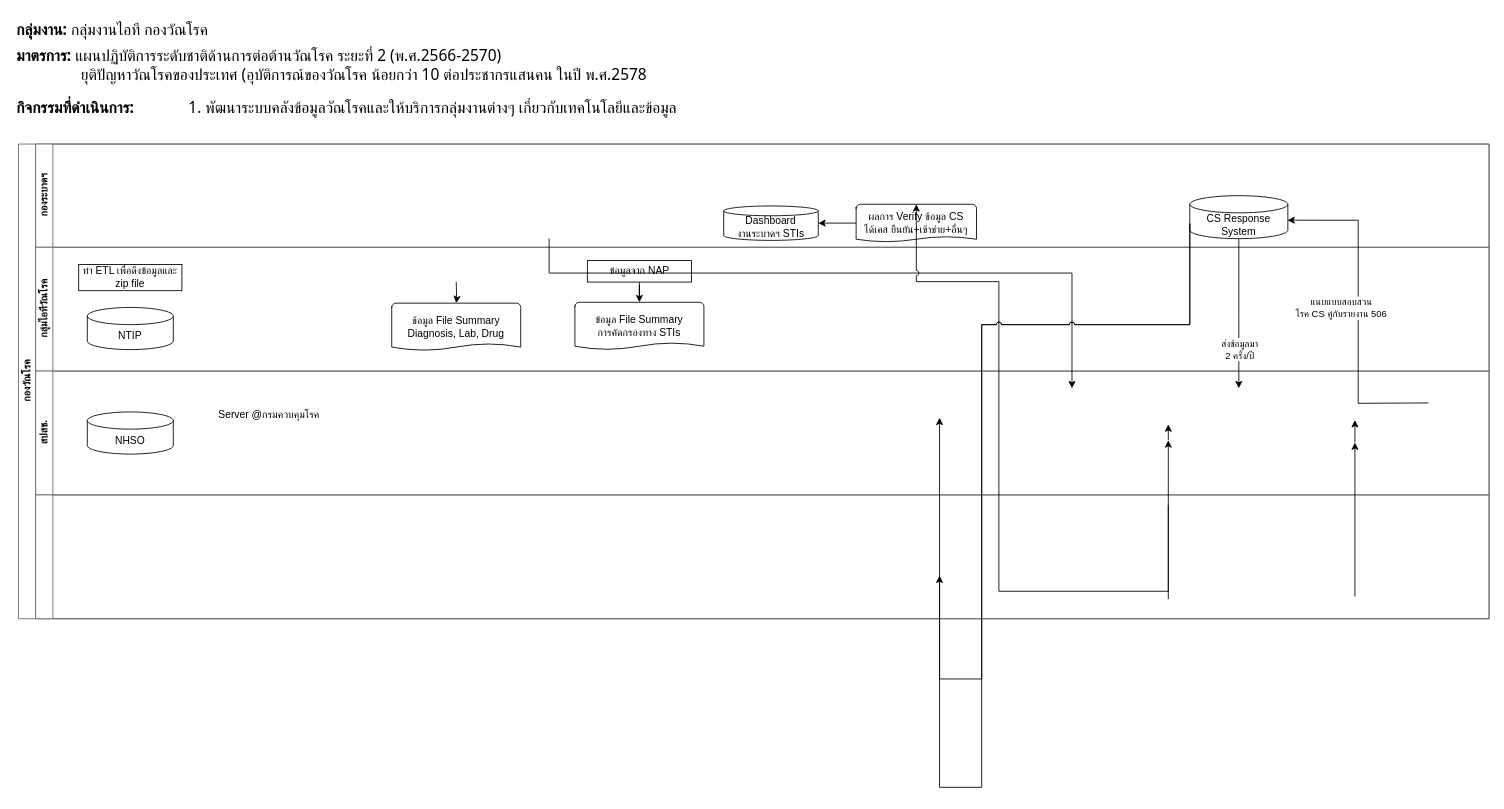
The draw.io diagram page "วัณโรค" (25 of 25) of HIVs Work-Data Diagram.drawio in anun311/regist, before the edit. Source tidied: cells renumbered, new cells numbered last; positions are measured from the earlier drawing's top-left corner, leaving out a move shared by most shapes. Both pictures are drawn from the tidied source at 86%, with x=0, y=0 at pixel (15, 15).
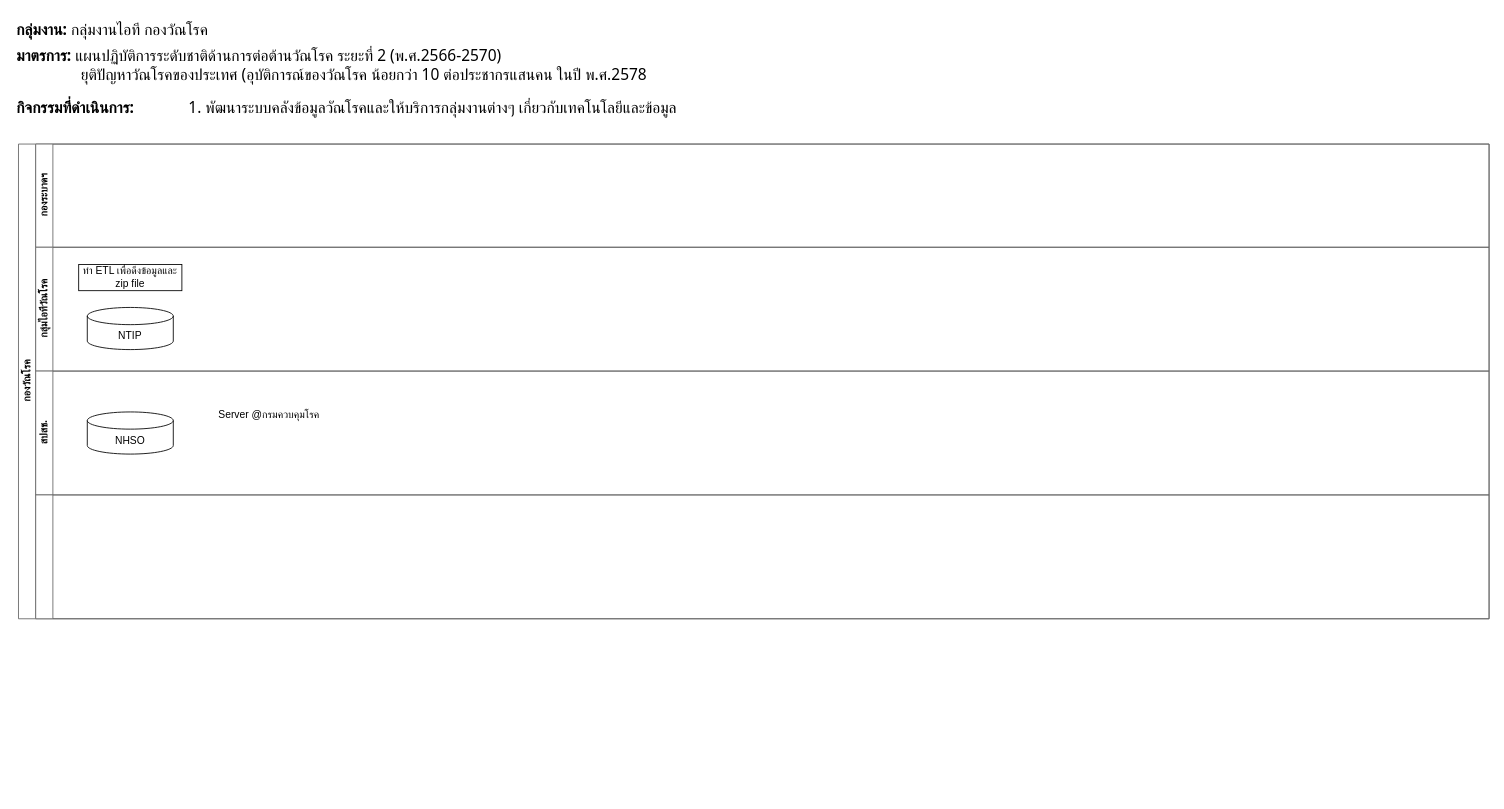
After the change.

The change refers to these unchanged cells:
```xml
<mxCell id="6" value="กองวัณโรค" style="swimlane;html=1;horizontal=0;startSize=20;fontFamily=Tahoma;strokeColor=#666666;" parent="1" vertex="1">
  <mxGeometry x="4" y="150" width="1710" height="552" as="geometry" />
</mxCell>
<mxCell id="7" value="กองระบาดฯ" style="swimlane;html=1;startSize=20;horizontal=0;fontFamily=Tahoma;strokeColor=#666666;" parent="6" vertex="1">
  <mxGeometry x="20" width="1690" height="120" as="geometry" />
</mxCell>
<mxCell id="12" value="กลุ่มไอทีวัณโรค" style="swimlane;html=1;startSize=20;horizontal=0;fontFamily=Tahoma;strokeColor=#666666;" parent="6" vertex="1">
  <mxGeometry x="20" y="120" width="1690" height="144" as="geometry" />
</mxCell>
```

Diff of the diagram source:
```diff
@@
-    <mxCell id="8" value="CS Response&lt;br&gt;System" style="shape=cylinder3;whiteSpace=wrap;html=1;boundedLbl=1;backgroundOutline=1;size=10;" parent="7" vertex="1">
-      <mxGeometry x="1342" y="60" width="114" height="50" as="geometry" />
-    </mxCell>
-    <mxCell id="9" value="Dashboard&lt;br&gt;งานระบาดฯ STIs" style="shape=cylinder3;whiteSpace=wrap;html=1;boundedLbl=1;backgroundOutline=1;size=5.695652173913061;" parent="7" vertex="1">
-      <mxGeometry x="800" y="72" width="110" height="40" as="geometry" />
-    </mxCell>
-    <mxCell id="10" value="ผลการ Verify ข้อมูล CS&lt;br style=&quot;border-color: var(--border-color);&quot;&gt;ได้เคส ยืนยัน+เข้าข่าย+อื่นๆ" style="strokeWidth=1;html=1;shape=mxgraph.flowchart.document2;whiteSpace=wrap;size=0.14285714285714285;" parent="7" vertex="1">
-      <mxGeometry x="954" y="70" width="140" height="43.8" as="geometry" />
-    </mxCell>
-    <mxCell id="11" style="edgeStyle=orthogonalEdgeStyle;rounded=0;jettySize=auto;html=1;exitX=0;exitY=0.5;exitDx=0;exitDy=0;exitPerimeter=0;entryX=1;entryY=0.5;entryDx=0;entryDy=0;entryPerimeter=0;jumpStyle=arc;" parent="7" edge="1" source="10" target="9">
-      <mxGeometry relative="1" as="geometry">
-        <Array as="points">
-          <mxPoint x="920" y="92" />
-          <mxPoint x="920" y="92" />
-        </Array>
-      </mxGeometry>
-    </mxCell>
@@
-    <mxCell id="13" value="ข้อมูล File Summary&lt;br&gt;Diagnosis, Lab, Drug" style="strokeWidth=1;html=1;shape=mxgraph.flowchart.document2;whiteSpace=wrap;size=0.14285714285714285;" parent="12" vertex="1">
-      <mxGeometry x="414" y="65" width="150" height="55" as="geometry" />
-    </mxCell>
-    <mxCell id="14" style="edgeStyle=orthogonalEdgeStyle;rounded=0;jettySize=auto;html=1;" parent="12" edge="1" target="13">
-      <mxGeometry relative="1" as="geometry">
-        <mxPoint x="489" y="40" as="sourcePoint" />
-      </mxGeometry>
-    </mxCell>
-    <mxCell id="15" value="ข้อมูล File Summary&lt;br&gt;การคัดกรองทาง STIs" style="strokeWidth=1;html=1;shape=mxgraph.flowchart.document2;whiteSpace=wrap;size=0.14285714285714285;" parent="12" vertex="1">
-      <mxGeometry x="627" y="64" width="150" height="55" as="geometry" />
-    </mxCell>
-    <mxCell id="16" style="edgeStyle=orthogonalEdgeStyle;rounded=0;jettySize=auto;html=1;" parent="12" edge="1" source="17" target="15">
-      <mxGeometry relative="1" as="geometry" />
-    </mxCell>
-    <mxCell id="17" value="ข้อมูลจาก NAP" style="rounded=0;whiteSpace=wrap;html=1;" parent="12" vertex="1">
-      <mxGeometry x="641.5" y="15.5" width="121" height="25" as="geometry" />
-    </mxCell>
@@
-    <mxCell id="24" style="edgeStyle=orthogonalEdgeStyle;rounded=0;jettySize=auto;html=1;exitX=0.5;exitY=1;exitDx=0;exitDy=0;exitPerimeter=0;" parent="6" edge="1" source="8">
-      <mxGeometry relative="1" as="geometry">
-        <mxPoint x="1419" y="284" as="targetPoint" />
-      </mxGeometry>
-    </mxCell>
-    <mxCell id="25" value="ส่งข้อมูลมา&lt;br&gt;2 ครั้ง/ปี" style="edgeLabel;html=1;align=center;verticalAlign=middle;" parent="24" vertex="1">
-      <mxGeometry x="-0.45" y="1" relative="1" as="geometry">
-        <mxPoint x="-1" y="80" as="offset" />
-      </mxGeometry>
-    </mxCell>
-    <mxCell id="26" style="edgeStyle=orthogonalEdgeStyle;rounded=0;orthogonalLoop=1;jettySize=auto;html=1;jumpStyle=arc;" parent="6" edge="1">
-      <mxGeometry relative="1" as="geometry">
-        <mxPoint x="617" y="110" as="sourcePoint" />
-        <mxPoint x="1225" y="284" as="targetPoint" />
-        <Array as="points">
-          <mxPoint x="617" y="150" />
-          <mxPoint x="1225" y="150" />
-        </Array>
-      </mxGeometry>
-    </mxCell>
-    <mxCell id="27" style="rounded=0;jettySize=auto;html=1;jumpStyle=arc;edgeStyle=orthogonalEdgeStyle;entryX=0.5;entryY=0;entryDx=0;entryDy=0;entryPerimeter=0;" parent="6" edge="1" target="10">
-      <mxGeometry relative="1" as="geometry">
-        <mxPoint x="1337" y="420" as="sourcePoint" />
-        <Array as="points">
-          <mxPoint x="1140" y="520" />
-          <mxPoint x="1140" y="160" />
-          <mxPoint x="1044" y="160" />
-        </Array>
-      </mxGeometry>
-    </mxCell>
-    <mxCell id="28" style="edgeStyle=orthogonalEdgeStyle;rounded=0;orthogonalLoop=1;jettySize=auto;html=1;" parent="6" edge="1">
-      <mxGeometry relative="1" as="geometry">
-        <mxPoint x="1337" y="529.2" as="sourcePoint" />
-        <mxPoint x="1337" y="344.5" as="targetPoint" />
-      </mxGeometry>
-    </mxCell>
-    <mxCell id="29" style="edgeStyle=orthogonalEdgeStyle;rounded=0;orthogonalLoop=1;jettySize=auto;html=1;" parent="6" edge="1">
-      <mxGeometry relative="1" as="geometry">
-        <mxPoint x="1337" y="344.5" as="sourcePoint" />
-        <mxPoint x="1337" y="326" as="targetPoint" />
-      </mxGeometry>
-    </mxCell>
-    <mxCell id="30" style="edgeStyle=orthogonalEdgeStyle;rounded=0;orthogonalLoop=1;jettySize=auto;html=1;" parent="6" edge="1">
-      <mxGeometry relative="1" as="geometry">
-        <mxPoint x="1554" y="526" as="sourcePoint" />
-        <mxPoint x="1554" y="347" as="targetPoint" />
-      </mxGeometry>
-    </mxCell>
-    <mxCell id="31" style="edgeStyle=orthogonalEdgeStyle;rounded=0;orthogonalLoop=1;jettySize=auto;html=1;" parent="6" edge="1">
-      <mxGeometry relative="1" as="geometry">
-        <mxPoint x="1554" y="347" as="sourcePoint" />
-        <mxPoint x="1554" y="321" as="targetPoint" />
-      </mxGeometry>
-    </mxCell>
-    <mxCell id="32" style="rounded=0;jettySize=auto;html=1;exitX=0;exitY=0;exitDx=0;exitDy=32.5;exitPerimeter=0;entryX=1;entryY=0.5;entryDx=0;entryDy=0;jumpStyle=arc;edgeStyle=orthogonalEdgeStyle;" parent="6" edge="1" source="8">
-      <mxGeometry relative="1" as="geometry">
-        <mxPoint x="1071" y="501.8" as="targetPoint" />
-        <Array as="points">
-          <mxPoint x="1362" y="210" />
-          <mxPoint x="1120" y="210" />
-          <mxPoint x="1120" y="622" />
-        </Array>
-      </mxGeometry>
-    </mxCell>
-    <mxCell id="33" style="rounded=0;jettySize=auto;html=1;exitX=1;exitY=0.5;exitDx=0;exitDy=0;entryX=0.996;entryY=0.571;entryDx=0;entryDy=0;entryPerimeter=0;edgeStyle=orthogonalEdgeStyle;" parent="6" edge="1" target="8">
-      <mxGeometry relative="1" as="geometry">
-        <mxPoint x="1639.5" y="301" as="sourcePoint" />
-      </mxGeometry>
-    </mxCell>
-    <mxCell id="34" value="แนบแบบสอบสวน&lt;br&gt;โรค CS คู่กับรายงาน 506" style="edgeLabel;html=1;align=center;verticalAlign=middle;" parent="33" vertex="1">
-      <mxGeometry x="0.03" y="2" relative="1" as="geometry">
-        <mxPoint x="-18" y="1" as="offset" />
-      </mxGeometry>
-    </mxCell>
-    <mxCell id="35" style="edgeStyle=orthogonalEdgeStyle;rounded=0;jettySize=auto;html=1;exitX=0;exitY=0;exitDx=0;exitDy=32.5;exitPerimeter=0;entryX=1;entryY=0.5;entryDx=0;entryDy=0;jumpStyle=arc;" parent="6" edge="1" source="8">
-      <mxGeometry relative="1" as="geometry">
-        <mxPoint x="1071" y="318.2" as="targetPoint" />
-        <Array as="points">
-          <mxPoint x="1362" y="210" />
-          <mxPoint x="1120" y="210" />
-          <mxPoint x="1120" y="748" />
-        </Array>
-      </mxGeometry>
-    </mxCell>
```
